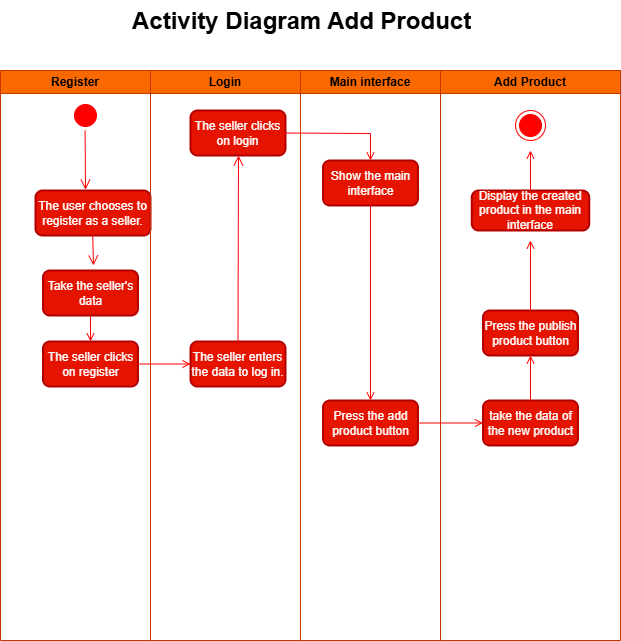
The draw.io diagram Workshop-2/Activity Diagram Add Product.drawio.png in Jefferson3108/Proyect-POO, before a commit. Source tidied: cells renumbered, new cells last; positions are measured from the earlier drawing's top-left corner, leaving out a move shared by most shapes. The source it was exported from:
```xml
<mxGraphModel background="light-dark(#FFFFFF,#FFFFFF)">
  <root>
    <mxCell id="0" />
    <mxCell id="1" parent="0" />
    <mxCell id="2" value="Register" style="swimlane;whiteSpace=wrap;fillColor=#fa6800;fontColor=#000000;strokeColor=#C73500;" parent="1" vertex="1">
      <mxGeometry y="70" width="150" height="570" as="geometry" />
    </mxCell>
    <mxCell id="3" style="ellipse;shape=startState;fillColor=light-dark(#FF0000,#FF0000);strokeColor=#ff0000;" parent="2" vertex="1">
      <mxGeometry x="70" y="30" width="30" height="30" as="geometry" />
    </mxCell>
    <mxCell id="4" style="edgeStyle=elbowEdgeStyle;elbow=horizontal;verticalAlign=bottom;endArrow=open;endSize=8;strokeColor=#FF0000;endFill=1;rounded=0;entryX=0.435;entryY=-0.018;entryDx=0;entryDy=0;entryPerimeter=0;" parent="2" edge="1" target="5">
      <mxGeometry x="100" y="40" as="geometry">
        <mxPoint x="84.6" y="60" as="sourcePoint" />
      </mxGeometry>
    </mxCell>
    <mxCell id="5" value="The user chooses to register as a seller." style="rounded=1;whiteSpace=wrap;html=1;absoluteArcSize=1;arcSize=14;strokeWidth=2;fillColor=#e51400;fontColor=#ffffff;strokeColor=#B20000;" parent="2" vertex="1">
      <mxGeometry x="35" y="120" width="115" height="45" as="geometry" />
    </mxCell>
    <mxCell id="6" style="endArrow=open;strokeColor=#FF0000;endFill=1;rounded=0;exitX=0.5;exitY=1;exitDx=0;exitDy=0;" parent="2" edge="1" source="8" target="9">
      <mxGeometry relative="1" as="geometry" />
    </mxCell>
    <mxCell id="7" style="edgeStyle=elbowEdgeStyle;elbow=horizontal;align=left;verticalAlign=top;endArrow=open;endSize=8;strokeColor=#FF0000;endFill=1;rounded=0;" parent="2" edge="1">
      <mxGeometry x="-1" relative="1" as="geometry">
        <mxPoint x="92.2" y="165" as="sourcePoint" />
        <mxPoint x="92.8" y="195" as="targetPoint" />
      </mxGeometry>
    </mxCell>
    <mxCell id="8" value="Take the seller's data" style="rounded=1;whiteSpace=wrap;html=1;absoluteArcSize=1;arcSize=14;strokeWidth=2;fillColor=#e51400;fontColor=#ffffff;strokeColor=#B20000;" parent="2" vertex="1">
      <mxGeometry x="42.5" y="200" width="95" height="45" as="geometry" />
    </mxCell>
    <mxCell id="9" value="The seller clicks on register" style="rounded=1;whiteSpace=wrap;html=1;absoluteArcSize=1;arcSize=14;strokeWidth=2;fillColor=#e51400;fontColor=#ffffff;strokeColor=#B20000;" parent="2" vertex="1">
      <mxGeometry x="42.5" y="271" width="95" height="45" as="geometry" />
    </mxCell>
    <mxCell id="10" value="Login" style="swimlane;whiteSpace=wrap;fillColor=#fa6800;fontColor=#000000;strokeColor=#C73500;" parent="1" vertex="1">
      <mxGeometry x="150" y="70" width="150" height="570" as="geometry" />
    </mxCell>
    <mxCell id="11" value="The seller enters the data to log in." style="rounded=1;whiteSpace=wrap;html=1;absoluteArcSize=1;arcSize=14;strokeWidth=2;fillColor=#e51400;fontColor=#ffffff;strokeColor=#B20000;" parent="10" vertex="1">
      <mxGeometry x="40" y="271" width="95" height="45" as="geometry" />
    </mxCell>
    <mxCell id="12" value="The seller clicks on login" style="rounded=1;whiteSpace=wrap;html=1;absoluteArcSize=1;arcSize=14;strokeWidth=2;fillColor=#e51400;fontColor=#ffffff;strokeColor=#B20000;" parent="10" vertex="1">
      <mxGeometry x="40" y="40" width="95" height="45" as="geometry" />
    </mxCell>
    <mxCell id="13" style="edgeStyle=elbowEdgeStyle;elbow=horizontal;align=left;verticalAlign=top;endArrow=open;endSize=8;strokeColor=#FF0000;endFill=1;rounded=0;exitX=0.5;exitY=0;exitDx=0;exitDy=0;entryX=0.5;entryY=1;entryDx=0;entryDy=0;" parent="10" edge="1" source="11" target="12">
      <mxGeometry x="-1" relative="1" as="geometry">
        <Array as="points">
          <mxPoint x="88" y="250" />
        </Array>
      </mxGeometry>
    </mxCell>
    <mxCell id="14" value="&lt;h1 style=&quot;margin-top: 0px;&quot;&gt;&lt;font style=&quot;color: light-dark(rgb(0, 0, 0), rgb(0, 0, 0));&quot;&gt;Activity Diagram Add Product&lt;/font&gt;&lt;/h1&gt;" style="text;html=1;whiteSpace=wrap;overflow=hidden;rounded=0;" parent="1" vertex="1">
      <mxGeometry x="130" width="440" height="40" as="geometry" />
    </mxCell>
    <mxCell id="15" value="Main interface" style="swimlane;whiteSpace=wrap;fillColor=#fa6800;fontColor=#000000;strokeColor=#C73500;" parent="1" vertex="1">
      <mxGeometry x="300" y="70" width="140" height="570" as="geometry" />
    </mxCell>
    <mxCell id="16" value="Yes" style="text;html=1;align=center;verticalAlign=middle;whiteSpace=wrap;rounded=0;" parent="15" vertex="1">
      <mxGeometry x="90" y="110" width="40" height="20" as="geometry" />
    </mxCell>
    <mxCell id="17" value="Show the main interface" style="rounded=1;whiteSpace=wrap;html=1;absoluteArcSize=1;arcSize=14;strokeWidth=2;fillColor=#e51400;fontColor=#ffffff;strokeColor=#B20000;" parent="15" vertex="1">
      <mxGeometry x="22.5" y="90" width="95" height="45" as="geometry" />
    </mxCell>
    <mxCell id="18" value="Press the add product button" style="rounded=1;whiteSpace=wrap;html=1;absoluteArcSize=1;arcSize=14;strokeWidth=2;fillColor=#e51400;fontColor=#ffffff;strokeColor=#B20000;" parent="15" vertex="1">
      <mxGeometry x="22.5" y="330" width="95" height="45" as="geometry" />
    </mxCell>
    <mxCell id="19" style="edgeStyle=none;strokeColor=#FF0000;endArrow=open;endFill=1;rounded=0;entryX=0.5;entryY=0;entryDx=0;entryDy=0;exitX=0.5;exitY=1;exitDx=0;exitDy=0;" parent="15" edge="1" source="17" target="18">
      <mxGeometry relative="1" as="geometry" />
    </mxCell>
    <mxCell id="20" value="Add Product" style="swimlane;whiteSpace=wrap;fillColor=#fa6800;fontColor=#000000;strokeColor=#C73500;" parent="1" vertex="1">
      <mxGeometry x="440" y="70" width="180" height="570" as="geometry" />
    </mxCell>
    <mxCell id="21" value="Press the publish product button" style="rounded=1;whiteSpace=wrap;html=1;absoluteArcSize=1;arcSize=14;strokeWidth=2;fillColor=#e51400;fontColor=#ffffff;strokeColor=#B20000;" parent="20" vertex="1">
      <mxGeometry x="42.5" y="240" width="95" height="45" as="geometry" />
    </mxCell>
    <mxCell id="22" value="take the data of the new product" style="rounded=1;whiteSpace=wrap;html=1;absoluteArcSize=1;arcSize=14;strokeWidth=2;fillColor=#e51400;fontColor=#ffffff;strokeColor=#B20000;" parent="20" vertex="1">
      <mxGeometry x="42.5" y="330" width="95" height="45" as="geometry" />
    </mxCell>
    <mxCell id="23" style="edgeStyle=none;strokeColor=#FF0000;endArrow=open;endFill=1;rounded=0;entryX=0.5;entryY=1;entryDx=0;entryDy=0;exitX=0.5;exitY=0;exitDx=0;exitDy=0;" parent="20" edge="1" source="22" target="21">
      <mxGeometry relative="1" as="geometry" />
    </mxCell>
    <mxCell id="24" style="edgeStyle=none;strokeColor=#FF0000;endArrow=open;endFill=1;rounded=0;exitX=0.5;exitY=0;exitDx=0;exitDy=0;" parent="20" edge="1" source="21">
      <mxGeometry relative="1" as="geometry">
        <mxPoint x="90" y="170" as="targetPoint" />
      </mxGeometry>
    </mxCell>
    <mxCell id="25" value="Display the created product in the main interface" style="rounded=1;whiteSpace=wrap;html=1;absoluteArcSize=1;arcSize=14;strokeWidth=2;fillColor=#e51400;fontColor=#ffffff;strokeColor=#B20000;" parent="20" vertex="1">
      <mxGeometry x="31.2" y="120" width="117.5" height="40" as="geometry" />
    </mxCell>
    <mxCell id="26" style="ellipse;shape=endState;fillColor=light-dark(#FF0000,#FF0000);strokeColor=#ff0000;" parent="20" vertex="1">
      <mxGeometry x="75" y="40" width="30" height="30" as="geometry" />
    </mxCell>
    <mxCell id="27" style="edgeStyle=none;strokeColor=#FF0000;endArrow=open;endFill=1;rounded=0;entryX=0;entryY=0.5;entryDx=0;entryDy=0;exitX=1;exitY=0.5;exitDx=0;exitDy=0;" parent="1" edge="1" source="18" target="22">
      <mxGeometry relative="1" as="geometry" />
    </mxCell>
    <mxCell id="28" style="edgeStyle=none;strokeColor=#FF0000;endArrow=open;endFill=1;rounded=0;exitX=0.5;exitY=0;exitDx=0;exitDy=0;" parent="1" edge="1" source="25">
      <mxGeometry relative="1" as="geometry">
        <mxPoint x="530" y="150" as="targetPoint" />
      </mxGeometry>
    </mxCell>
    <mxCell id="29" style="endArrow=open;strokeColor=#FF0000;endFill=1;rounded=0;exitX=1;exitY=0.5;exitDx=0;exitDy=0;entryX=0;entryY=0.5;entryDx=0;entryDy=0;" parent="1" edge="1" source="9" target="11">
      <mxGeometry relative="1" as="geometry" />
    </mxCell>
    <mxCell id="30" style="edgeStyle=none;strokeColor=#FF0000;endArrow=open;endFill=1;rounded=0;exitX=1;exitY=0.5;exitDx=0;exitDy=0;entryX=0.5;entryY=0;entryDx=0;entryDy=0;" parent="1" edge="1" source="12" target="17">
      <mxGeometry relative="1" as="geometry">
        <Array as="points">
          <mxPoint x="370" y="133" />
        </Array>
      </mxGeometry>
    </mxCell>
  </root>
</mxGraphModel>
```
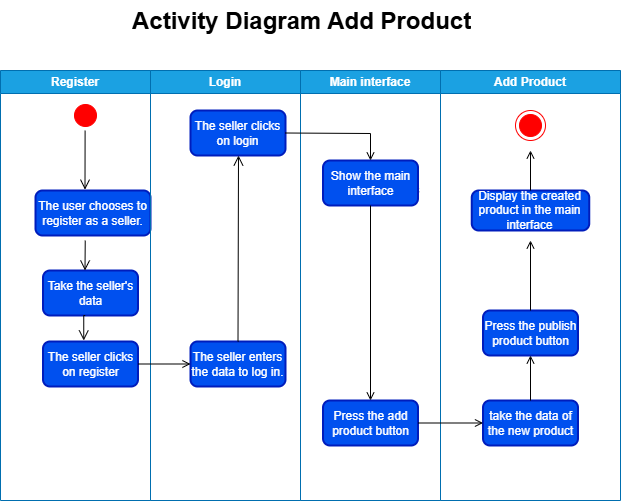
Above is the later version.

What changed in the source:
```diff
@@ -2,45 +2,48 @@
   <root>
     <mxCell id="0" />
     <mxCell id="1" parent="0" />
-    <mxCell id="2" value="Register" style="swimlane;whiteSpace=wrap;fillColor=#fa6800;fontColor=#000000;strokeColor=#C73500;" parent="1" vertex="1">
-      <mxGeometry y="70" width="150" height="570" as="geometry" />
+    <mxCell id="2" value="Register" style="swimlane;whiteSpace=wrap;fillColor=#1ba1e2;fontColor=#ffffff;strokeColor=#006EAF;" parent="1" vertex="1">
+      <mxGeometry y="70" width="150" height="430" as="geometry" />
     </mxCell>
     <mxCell id="3" style="ellipse;shape=startState;fillColor=light-dark(#FF0000,#FF0000);strokeColor=#ff0000;" parent="2" vertex="1">
       <mxGeometry x="70" y="30" width="30" height="30" as="geometry" />
     </mxCell>
-    <mxCell id="4" style="edgeStyle=elbowEdgeStyle;elbow=horizontal;verticalAlign=bottom;endArrow=open;endSize=8;strokeColor=#FF0000;endFill=1;rounded=0;entryX=0.435;entryY=-0.018;entryDx=0;entryDy=0;entryPerimeter=0;" parent="2" edge="1" target="5">
+    <mxCell id="4" style="edgeStyle=elbowEdgeStyle;elbow=horizontal;verticalAlign=bottom;endArrow=open;endSize=8;strokeColor=light-dark(#000000,#000000);endFill=1;rounded=0;entryX=0.435;entryY=-0.018;entryDx=0;entryDy=0;entryPerimeter=0;" parent="2" edge="1" target="5">
       <mxGeometry x="100" y="40" as="geometry">
         <mxPoint x="84.6" y="60" as="sourcePoint" />
       </mxGeometry>
     </mxCell>
-    <mxCell id="5" value="The user chooses to register as a seller." style="rounded=1;whiteSpace=wrap;html=1;absoluteArcSize=1;arcSize=14;strokeWidth=2;fillColor=#e51400;fontColor=#ffffff;strokeColor=#B20000;" parent="2" vertex="1">
+    <mxCell id="5" value="The user chooses to register as a seller." style="rounded=1;whiteSpace=wrap;html=1;absoluteArcSize=1;arcSize=14;strokeWidth=2;fillColor=#0050ef;fontColor=#ffffff;strokeColor=#001DBC;" parent="2" vertex="1">
       <mxGeometry x="35" y="120" width="115" height="45" as="geometry" />
     </mxCell>
-    <mxCell id="6" style="endArrow=open;strokeColor=#FF0000;endFill=1;rounded=0;exitX=0.5;exitY=1;exitDx=0;exitDy=0;" parent="2" edge="1" source="8" target="9">
-      <mxGeometry relative="1" as="geometry" />
-    </mxCell>
-    <mxCell id="7" style="edgeStyle=elbowEdgeStyle;elbow=horizontal;align=left;verticalAlign=top;endArrow=open;endSize=8;strokeColor=#FF0000;endFill=1;rounded=0;" parent="2" edge="1">
-      <mxGeometry x="-1" relative="1" as="geometry">
-        <mxPoint x="92.2" y="165" as="sourcePoint" />
-        <mxPoint x="92.8" y="195" as="targetPoint" />
-      </mxGeometry>
-    </mxCell>
-    <mxCell id="8" value="Take the seller's data" style="rounded=1;whiteSpace=wrap;html=1;absoluteArcSize=1;arcSize=14;strokeWidth=2;fillColor=#e51400;fontColor=#ffffff;strokeColor=#B20000;" parent="2" vertex="1">
+    <mxCell id="8" value="Take the seller's data" style="rounded=1;whiteSpace=wrap;html=1;absoluteArcSize=1;arcSize=14;strokeWidth=2;fillColor=#0050ef;fontColor=#ffffff;strokeColor=#001DBC;" parent="2" vertex="1">
       <mxGeometry x="42.5" y="200" width="95" height="45" as="geometry" />
     </mxCell>
-    <mxCell id="9" value="The seller clicks on register" style="rounded=1;whiteSpace=wrap;html=1;absoluteArcSize=1;arcSize=14;strokeWidth=2;fillColor=#e51400;fontColor=#ffffff;strokeColor=#B20000;" parent="2" vertex="1">
+    <mxCell id="9" value="The seller clicks on register" style="rounded=1;whiteSpace=wrap;html=1;absoluteArcSize=1;arcSize=14;strokeWidth=2;fillColor=#0050ef;fontColor=#ffffff;strokeColor=#001DBC;" parent="2" vertex="1">
       <mxGeometry x="42.5" y="271" width="95" height="45" as="geometry" />
     </mxCell>
+    <mxCell id="31" style="edgeStyle=elbowEdgeStyle;elbow=horizontal;align=left;verticalAlign=top;endArrow=open;endSize=8;strokeColor=light-dark(#000000,#000000);endFill=1;rounded=0;" parent="2" edge="1">
+      <mxGeometry x="-1" relative="1" as="geometry">
+        <mxPoint x="84.7" y="170" as="sourcePoint" />
+        <mxPoint x="85.2" y="200" as="targetPoint" />
+      </mxGeometry>
+    </mxCell>
+    <mxCell id="32" style="edgeStyle=elbowEdgeStyle;elbow=horizontal;align=left;verticalAlign=top;endArrow=open;endSize=8;strokeColor=light-dark(#000000,#000000);endFill=1;rounded=0;" parent="2" edge="1">
+      <mxGeometry x="-1" relative="1" as="geometry">
+        <mxPoint x="84.7" y="245" as="sourcePoint" />
+        <mxPoint x="83" y="270" as="targetPoint" />
+      </mxGeometry>
+    </mxCell>
-    <mxCell id="10" value="Login" style="swimlane;whiteSpace=wrap;fillColor=#fa6800;fontColor=#000000;strokeColor=#C73500;" parent="1" vertex="1">
-      <mxGeometry x="150" y="70" width="150" height="570" as="geometry" />
+    <mxCell id="10" value="Login" style="swimlane;whiteSpace=wrap;fillColor=#1ba1e2;fontColor=#ffffff;strokeColor=#006EAF;" parent="1" vertex="1">
+      <mxGeometry x="150" y="70" width="150" height="430" as="geometry" />
     </mxCell>
-    <mxCell id="11" value="The seller enters the data to log in." style="rounded=1;whiteSpace=wrap;html=1;absoluteArcSize=1;arcSize=14;strokeWidth=2;fillColor=#e51400;fontColor=#ffffff;strokeColor=#B20000;" parent="10" vertex="1">
+    <mxCell id="11" value="The seller enters the data to log in." style="rounded=1;whiteSpace=wrap;html=1;absoluteArcSize=1;arcSize=14;strokeWidth=2;fillColor=#0050ef;fontColor=#ffffff;strokeColor=#001DBC;" parent="10" vertex="1">
       <mxGeometry x="40" y="271" width="95" height="45" as="geometry" />
     </mxCell>
-    <mxCell id="12" value="The seller clicks on login" style="rounded=1;whiteSpace=wrap;html=1;absoluteArcSize=1;arcSize=14;strokeWidth=2;fillColor=#e51400;fontColor=#ffffff;strokeColor=#B20000;" parent="10" vertex="1">
+    <mxCell id="12" value="The seller clicks on login" style="rounded=1;whiteSpace=wrap;html=1;absoluteArcSize=1;arcSize=14;strokeWidth=2;fillColor=#0050ef;fontColor=#ffffff;strokeColor=#001DBC;" parent="10" vertex="1">
       <mxGeometry x="40" y="40" width="95" height="45" as="geometry" />
     </mxCell>
-    <mxCell id="13" style="edgeStyle=elbowEdgeStyle;elbow=horizontal;align=left;verticalAlign=top;endArrow=open;endSize=8;strokeColor=#FF0000;endFill=1;rounded=0;exitX=0.5;exitY=0;exitDx=0;exitDy=0;entryX=0.5;entryY=1;entryDx=0;entryDy=0;" parent="10" edge="1" source="11" target="12">
+    <mxCell id="13" style="edgeStyle=elbowEdgeStyle;elbow=horizontal;align=left;verticalAlign=top;endArrow=open;endSize=8;strokeColor=light-dark(#000000,#000000);endFill=1;rounded=0;exitX=0.5;exitY=0;exitDx=0;exitDy=0;entryX=0.5;entryY=1;entryDx=0;entryDy=0;" parent="10" edge="1" source="11" target="12">
       <mxGeometry x="-1" relative="1" as="geometry">
         <Array as="points">
           <mxPoint x="88" y="250" />
@@ -50,56 +53,56 @@
     <mxCell id="14" value="&lt;h1 style=&quot;margin-top: 0px;&quot;&gt;&lt;font style=&quot;color: light-dark(rgb(0, 0, 0), rgb(0, 0, 0));&quot;&gt;Activity Diagram Add Product&lt;/font&gt;&lt;/h1&gt;" style="text;html=1;whiteSpace=wrap;overflow=hidden;rounded=0;" parent="1" vertex="1">
       <mxGeometry x="130" width="440" height="40" as="geometry" />
     </mxCell>
-    <mxCell id="15" value="Main interface" style="swimlane;whiteSpace=wrap;fillColor=#fa6800;fontColor=#000000;strokeColor=#C73500;" parent="1" vertex="1">
-      <mxGeometry x="300" y="70" width="140" height="570" as="geometry" />
+    <mxCell id="15" value="Main interface" style="swimlane;whiteSpace=wrap;fillColor=#1ba1e2;fontColor=#ffffff;strokeColor=#006EAF;" parent="1" vertex="1">
+      <mxGeometry x="300" y="70" width="140" height="430" as="geometry" />
     </mxCell>
     <mxCell id="16" value="Yes" style="text;html=1;align=center;verticalAlign=middle;whiteSpace=wrap;rounded=0;" parent="15" vertex="1">
       <mxGeometry x="90" y="110" width="40" height="20" as="geometry" />
     </mxCell>
-    <mxCell id="17" value="Show the main interface" style="rounded=1;whiteSpace=wrap;html=1;absoluteArcSize=1;arcSize=14;strokeWidth=2;fillColor=#e51400;fontColor=#ffffff;strokeColor=#B20000;" parent="15" vertex="1">
+    <mxCell id="17" value="Show the main interface" style="rounded=1;whiteSpace=wrap;html=1;absoluteArcSize=1;arcSize=14;strokeWidth=2;fillColor=#0050ef;fontColor=#ffffff;strokeColor=#001DBC;" parent="15" vertex="1">
       <mxGeometry x="22.5" y="90" width="95" height="45" as="geometry" />
     </mxCell>
-    <mxCell id="18" value="Press the add product button" style="rounded=1;whiteSpace=wrap;html=1;absoluteArcSize=1;arcSize=14;strokeWidth=2;fillColor=#e51400;fontColor=#ffffff;strokeColor=#B20000;" parent="15" vertex="1">
+    <mxCell id="18" value="Press the add product button" style="rounded=1;whiteSpace=wrap;html=1;absoluteArcSize=1;arcSize=14;strokeWidth=2;fillColor=#0050ef;fontColor=#ffffff;strokeColor=#001DBC;" parent="15" vertex="1">
       <mxGeometry x="22.5" y="330" width="95" height="45" as="geometry" />
     </mxCell>
-    <mxCell id="19" style="edgeStyle=none;strokeColor=#FF0000;endArrow=open;endFill=1;rounded=0;entryX=0.5;entryY=0;entryDx=0;entryDy=0;exitX=0.5;exitY=1;exitDx=0;exitDy=0;" parent="15" edge="1" source="17" target="18">
+    <mxCell id="19" style="edgeStyle=none;strokeColor=light-dark(#000000,#000000);endArrow=open;endFill=1;rounded=0;entryX=0.5;entryY=0;entryDx=0;entryDy=0;exitX=0.5;exitY=1;exitDx=0;exitDy=0;" parent="15" edge="1" source="17" target="18">
       <mxGeometry relative="1" as="geometry" />
     </mxCell>
-    <mxCell id="20" value="Add Product" style="swimlane;whiteSpace=wrap;fillColor=#fa6800;fontColor=#000000;strokeColor=#C73500;" parent="1" vertex="1">
-      <mxGeometry x="440" y="70" width="180" height="570" as="geometry" />
+    <mxCell id="20" value="Add Product" style="swimlane;whiteSpace=wrap;fillColor=#1ba1e2;fontColor=#ffffff;strokeColor=#006EAF;" parent="1" vertex="1">
+      <mxGeometry x="440" y="70" width="180" height="430" as="geometry" />
     </mxCell>
-    <mxCell id="21" value="Press the publish product button" style="rounded=1;whiteSpace=wrap;html=1;absoluteArcSize=1;arcSize=14;strokeWidth=2;fillColor=#e51400;fontColor=#ffffff;strokeColor=#B20000;" parent="20" vertex="1">
+    <mxCell id="21" value="Press the publish product button" style="rounded=1;whiteSpace=wrap;html=1;absoluteArcSize=1;arcSize=14;strokeWidth=2;fillColor=#0050ef;fontColor=#ffffff;strokeColor=#001DBC;" parent="20" vertex="1">
       <mxGeometry x="42.5" y="240" width="95" height="45" as="geometry" />
     </mxCell>
-    <mxCell id="22" value="take the data of the new product" style="rounded=1;whiteSpace=wrap;html=1;absoluteArcSize=1;arcSize=14;strokeWidth=2;fillColor=#e51400;fontColor=#ffffff;strokeColor=#B20000;" parent="20" vertex="1">
+    <mxCell id="22" value="take the data of the new product" style="rounded=1;whiteSpace=wrap;html=1;absoluteArcSize=1;arcSize=14;strokeWidth=2;fillColor=#0050ef;fontColor=#ffffff;strokeColor=#001DBC;" parent="20" vertex="1">
       <mxGeometry x="42.5" y="330" width="95" height="45" as="geometry" />
     </mxCell>
-    <mxCell id="23" style="edgeStyle=none;strokeColor=#FF0000;endArrow=open;endFill=1;rounded=0;entryX=0.5;entryY=1;entryDx=0;entryDy=0;exitX=0.5;exitY=0;exitDx=0;exitDy=0;" parent="20" edge="1" source="22" target="21">
+    <mxCell id="23" style="edgeStyle=none;strokeColor=light-dark(#000000,#000000);endArrow=open;endFill=1;rounded=0;entryX=0.5;entryY=1;entryDx=0;entryDy=0;exitX=0.5;exitY=0;exitDx=0;exitDy=0;" parent="20" edge="1" source="22" target="21">
       <mxGeometry relative="1" as="geometry" />
     </mxCell>
-    <mxCell id="24" style="edgeStyle=none;strokeColor=#FF0000;endArrow=open;endFill=1;rounded=0;exitX=0.5;exitY=0;exitDx=0;exitDy=0;" parent="20" edge="1" source="21">
+    <mxCell id="24" style="edgeStyle=none;strokeColor=light-dark(#000000,#000000);endArrow=open;endFill=1;rounded=0;exitX=0.5;exitY=0;exitDx=0;exitDy=0;" parent="20" edge="1" source="21">
       <mxGeometry relative="1" as="geometry">
         <mxPoint x="90" y="170" as="targetPoint" />
       </mxGeometry>
     </mxCell>
-    <mxCell id="25" value="Display the created product in the main interface" style="rounded=1;whiteSpace=wrap;html=1;absoluteArcSize=1;arcSize=14;strokeWidth=2;fillColor=#e51400;fontColor=#ffffff;strokeColor=#B20000;" parent="20" vertex="1">
+    <mxCell id="25" value="Display the created product in the main interface" style="rounded=1;whiteSpace=wrap;html=1;absoluteArcSize=1;arcSize=14;strokeWidth=2;fillColor=#0050ef;fontColor=#ffffff;strokeColor=#001DBC;" parent="20" vertex="1">
       <mxGeometry x="31.2" y="120" width="117.5" height="40" as="geometry" />
     </mxCell>
     <mxCell id="26" style="ellipse;shape=endState;fillColor=light-dark(#FF0000,#FF0000);strokeColor=#ff0000;" parent="20" vertex="1">
       <mxGeometry x="75" y="40" width="30" height="30" as="geometry" />
     </mxCell>
-    <mxCell id="27" style="edgeStyle=none;strokeColor=#FF0000;endArrow=open;endFill=1;rounded=0;entryX=0;entryY=0.5;entryDx=0;entryDy=0;exitX=1;exitY=0.5;exitDx=0;exitDy=0;" parent="1" edge="1" source="18" target="22">
+    <mxCell id="27" style="edgeStyle=none;strokeColor=light-dark(#000000,#000000);endArrow=open;endFill=1;rounded=0;entryX=0;entryY=0.5;entryDx=0;entryDy=0;exitX=1;exitY=0.5;exitDx=0;exitDy=0;" parent="1" edge="1" source="18" target="22">
       <mxGeometry relative="1" as="geometry" />
     </mxCell>
-    <mxCell id="28" style="edgeStyle=none;strokeColor=#FF0000;endArrow=open;endFill=1;rounded=0;exitX=0.5;exitY=0;exitDx=0;exitDy=0;" parent="1" edge="1" source="25">
+    <mxCell id="28" style="edgeStyle=none;strokeColor=light-dark(#000000,#000000);endArrow=open;endFill=1;rounded=0;exitX=0.5;exitY=0;exitDx=0;exitDy=0;" parent="1" edge="1" source="25">
       <mxGeometry relative="1" as="geometry">
         <mxPoint x="530" y="150" as="targetPoint" />
       </mxGeometry>
     </mxCell>
-    <mxCell id="29" style="endArrow=open;strokeColor=#FF0000;endFill=1;rounded=0;exitX=1;exitY=0.5;exitDx=0;exitDy=0;entryX=0;entryY=0.5;entryDx=0;entryDy=0;" parent="1" edge="1" source="9" target="11">
+    <mxCell id="29" style="endArrow=open;strokeColor=light-dark(#000000,#000000);endFill=1;rounded=0;exitX=1;exitY=0.5;exitDx=0;exitDy=0;entryX=0;entryY=0.5;entryDx=0;entryDy=0;" parent="1" edge="1" source="9" target="11">
       <mxGeometry relative="1" as="geometry" />
     </mxCell>
-    <mxCell id="30" style="edgeStyle=none;strokeColor=#FF0000;endArrow=open;endFill=1;rounded=0;exitX=1;exitY=0.5;exitDx=0;exitDy=0;entryX=0.5;entryY=0;entryDx=0;entryDy=0;" parent="1" edge="1" source="12" target="17">
+    <mxCell id="30" style="edgeStyle=none;strokeColor=light-dark(#000000,#000000);endArrow=open;endFill=1;rounded=0;exitX=1;exitY=0.5;exitDx=0;exitDy=0;entryX=0.5;entryY=0;entryDx=0;entryDy=0;" parent="1" edge="1" source="12" target="17">
       <mxGeometry relative="1" as="geometry">
         <Array as="points">
           <mxPoint x="370" y="133" />
```
